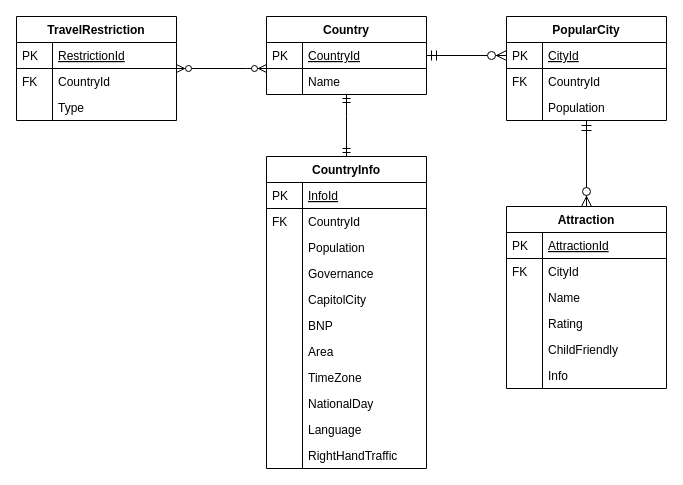
Gerglamesh/Web-Backend-GruppD keeps this draw.io diagram as Documentation/DbDiagram.drawio. Above is the earlier version. Source tidied: cells renumbered, new cells numbered last; positions are measured from the earlier drawing's top-left corner, leaving out a move shared by most shapes. Both pictures are drawn from the tidied source at 100%, with x=0, y=0 at pixel (16, 16).
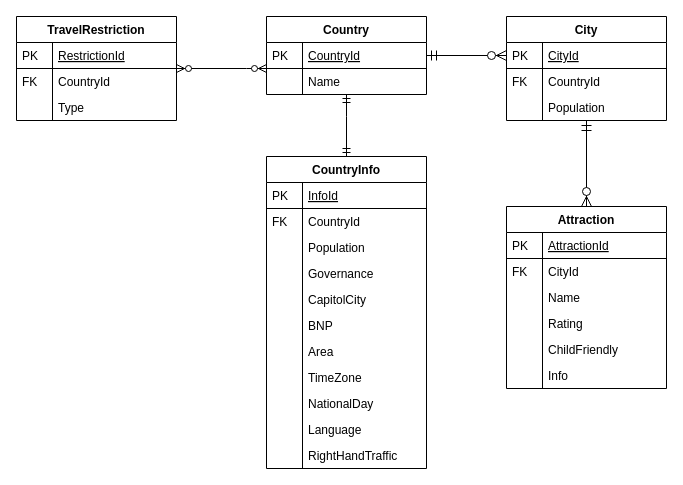
The same page after the edit.

Commit message (it also covers changes not shown here):
@Gerglamesh, add some boyscouting to documentation, add CRC-cards for City and Country

What changed in the source:
```diff
@@
-    <mxCell id="11" value="PopularCity" style="swimlane;fontStyle=1;horizontal=1;startSize=26;rounded=0;shadow=0;strokeWidth=1;" parent="1" vertex="1">
+    <mxCell id="11" value="City" style="swimlane;fontStyle=1;horizontal=1;startSize=26;rounded=0;shadow=0;strokeWidth=1;" parent="1" vertex="1">
       <mxGeometry x="490" width="160" height="104" as="geometry" />
     </mxCell>
```
